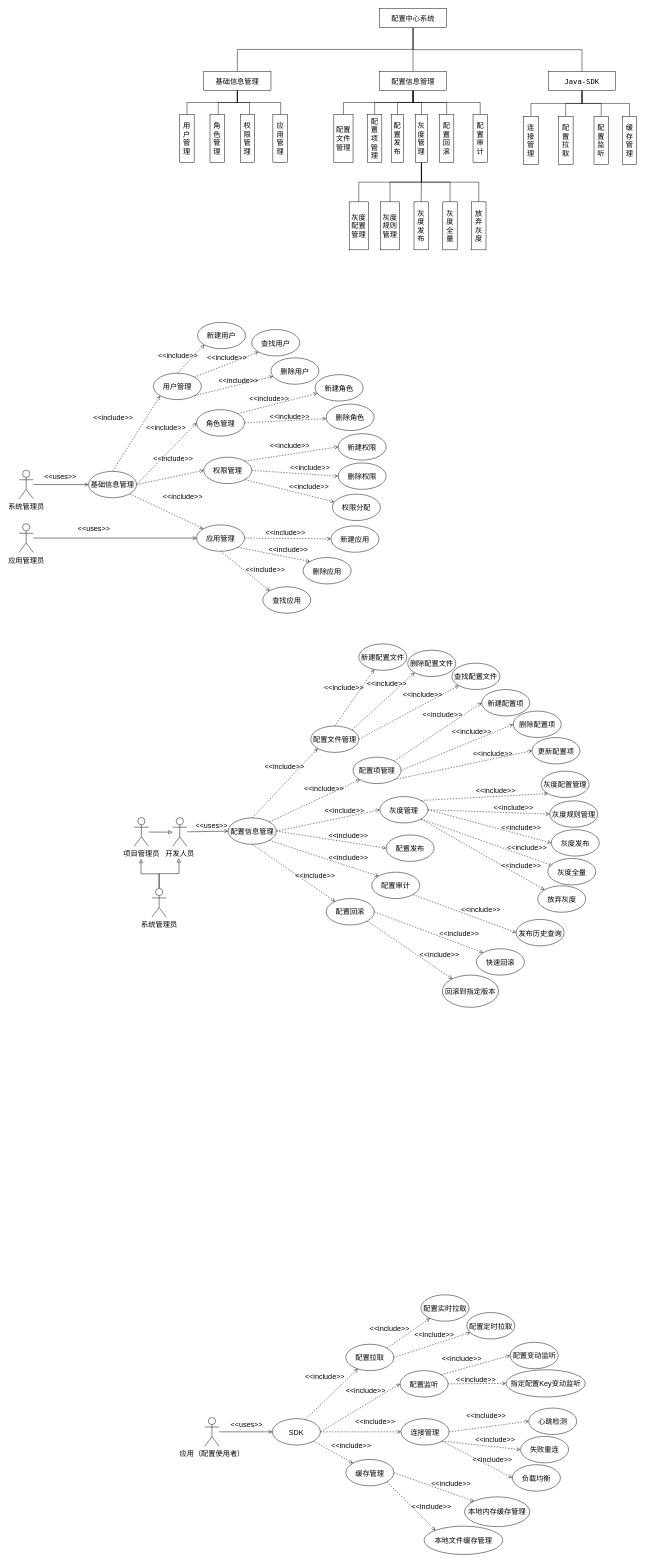
WWj5921/ConfigCenter keeps this draw.io diagram as page "用例图" (10 of 12) of Untitled Diagram.drawio. Above is the earlier version. Source tidied: cells renumbered, new cells numbered last; positions are measured from the earlier drawing's top-left corner, leaving out a move shared by most shapes. Both pictures are drawn from the tidied source at 48%, with x=0, y=0 at pixel (19, 8).
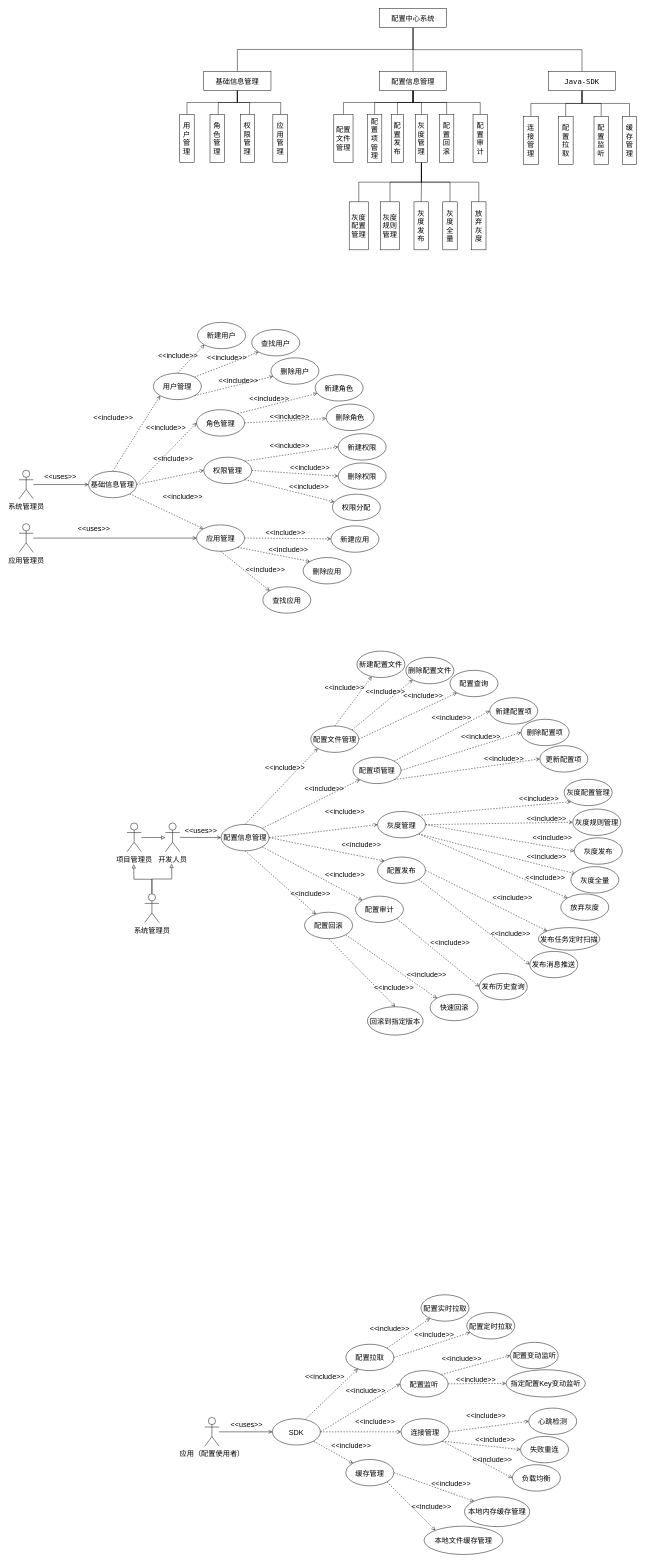
The same page after the edit.

The edit, as a diff of the source:
```diff
@@
     <mxCell id="34" value="开发人员" style="shape=umlActor;verticalLabelPosition=bottom;verticalAlign=top;html=1;fontSize=15;fontColor=#000000;" parent="1" vertex="1">
-      <mxGeometry x="320" y="1685.8" width="30" height="60" as="geometry" />
+      <mxGeometry x="305" y="1697" width="30" height="60" as="geometry" />
     </mxCell>
     <mxCell id="35" style="edgeStyle=none;rounded=0;jettySize=auto;html=1;endArrow=block;endFill=0;fontSize=15;" parent="1" edge="1" source="36">
       <mxGeometry relative="1" as="geometry">
-        <mxPoint x="320" y="1716.2" as="targetPoint" />
+        <mxPoint x="305" y="1727.5" as="targetPoint" />
       </mxGeometry>
     </mxCell>
     <mxCell id="36" value="项目管理员" style="shape=umlActor;verticalLabelPosition=bottom;verticalAlign=top;html=1;fontSize=15;fontColor=#000000;" parent="1" vertex="1">
-      <mxGeometry x="240" y="1685.8" width="30" height="60" as="geometry" />
+      <mxGeometry x="225" y="1697" width="30" height="60" as="geometry" />
     </mxCell>
     <mxCell id="37" style="edgeStyle=orthogonalEdgeStyle;rounded=0;jettySize=auto;html=1;endArrow=block;endFill=0;strokeWidth=1;exitX=0.5;exitY=0;exitDx=0;exitDy=0;exitPerimeter=0;fontSize=15;" parent="1" edge="1" source="39">
       <mxGeometry relative="1" as="geometry">
-        <mxPoint x="333" y="1770.8" as="targetPoint" />
+        <mxPoint x="318" y="1782" as="targetPoint" />
       </mxGeometry>
     </mxCell>
     <mxCell id="38" style="edgeStyle=orthogonalEdgeStyle;rounded=0;jettySize=auto;html=1;exitX=0.5;exitY=0;exitDx=0;exitDy=0;exitPerimeter=0;endArrow=block;endFill=0;strokeWidth=1;fontSize=15;" parent="1" edge="1" source="39">
       <mxGeometry relative="1" as="geometry">
-        <mxPoint x="254" y="1771.8" as="targetPoint" />
+        <mxPoint x="239" y="1783" as="targetPoint" />
       </mxGeometry>
     </mxCell>
     <mxCell id="39" value="系统管理员" style="shape=umlActor;verticalLabelPosition=bottom;verticalAlign=top;html=1;fontSize=15;fontColor=#000000;" parent="1" vertex="1">
-      <mxGeometry x="277" y="1833.2" width="30" height="60" as="geometry" />
+      <mxGeometry x="262" y="1844.5" width="30" height="60" as="geometry" />
     </mxCell>
@@
-    <mxCell id="44" style="edgeStyle=none;rounded=0;jettySize=auto;html=1;exitX=1;exitY=0.5;exitDx=0;exitDy=0;entryX=0;entryY=0.5;entryDx=0;entryDy=0;dashed=1;endArrow=open;endFill=0;fontSize=15;" parent="1" edge="1" source="49" target="58">
-      <mxGeometry relative="1" as="geometry" />
-    </mxCell>
@@
+    <mxCell id="44" style="edgeStyle=none;rounded=0;jettySize=auto;html=1;exitX=1;exitY=0.5;exitDx=0;exitDy=0;entryX=0;entryY=0;entryDx=0;entryDy=0;dashed=1;fontSize=15;startArrow=none;startFill=0;endArrow=open;endFill=0;endSize=6;strokeWidth=1;" parent="1" edge="1" source="49" target="58">
+      <mxGeometry relative="1" as="geometry" />
+    </mxCell>
     <mxCell id="49" value="配置信息管理" style="ellipse;whiteSpace=wrap;html=1;fontSize=15;" parent="1" vertex="1">
-      <mxGeometry x="436" y="1686.5" width="100" height="55" as="geometry" />
+      <mxGeometry x="421" y="1700" width="100" height="55" as="geometry" />
     </mxCell>
@@
     <mxCell id="51" value="配置审计" style="ellipse;whiteSpace=wrap;html=1;fontSize=15;" parent="1" vertex="1">
-      <mxGeometry x="735" y="1799.5" width="100" height="55" as="geometry" />
+      <mxGeometry x="701" y="1849.5" width="100" height="55" as="geometry" />
     </mxCell>
@@
     <mxCell id="57" value="灰度管理" style="ellipse;whiteSpace=wrap;html=1;fontSize=15;" parent="1" vertex="1">
-      <mxGeometry x="752" y="1642" width="100" height="55" as="geometry" />
+      <mxGeometry x="747" y="1673" width="100" height="55" as="geometry" />
     </mxCell>
+    <mxCell id="211" style="edgeStyle=none;rounded=0;jettySize=auto;html=1;exitX=1;exitY=0.5;exitDx=0;exitDy=0;entryX=0;entryY=0;entryDx=0;entryDy=0;dashed=1;fontSize=15;startArrow=none;startFill=0;endArrow=open;endFill=0;endSize=6;strokeWidth=1;" parent="1" edge="1" source="58" target="214">
+      <mxGeometry relative="1" as="geometry" />
+    </mxCell>
+    <mxCell id="212" style="edgeStyle=none;rounded=0;jettySize=auto;html=1;exitX=1;exitY=1;exitDx=0;exitDy=0;entryX=0;entryY=0.5;entryDx=0;entryDy=0;dashed=1;fontSize=15;startArrow=none;startFill=0;endArrow=open;endFill=0;endSize=6;strokeWidth=1;" parent="1" edge="1" source="58" target="213">
+      <mxGeometry relative="1" as="geometry" />
+    </mxCell>
     <mxCell id="58" value="配置发布" style="ellipse;whiteSpace=wrap;html=1;fontSize=15;" parent="1" vertex="1">
-      <mxGeometry x="765" y="1722" width="100" height="55" as="geometry" />
+      <mxGeometry x="747" y="1768" width="100" height="55" as="geometry" />
     </mxCell>
@@
     <mxCell id="67" value="&amp;lt;&amp;lt;include&amp;gt;&amp;gt;" style="text;html=1;align=center;verticalAlign=middle;strokeColor=none;fillColor=none;fontSize=15;" parent="1" vertex="1">
-      <mxGeometry x="506" y="1569" width="93" height="22" as="geometry" />
+      <mxGeometry x="507" y="1570" width="93" height="22" as="geometry" />
     </mxCell>
     <mxCell id="68" value="&amp;lt;&amp;lt;include&amp;gt;&amp;gt;" style="text;html=1;align=center;verticalAlign=middle;strokeColor=none;fillColor=none;fontSize=15;" parent="1" vertex="1">
-      <mxGeometry x="630" y="1403" width="93" height="22" as="geometry" />
+      <mxGeometry x="631" y="1404" width="93" height="22" as="geometry" />
     </mxCell>
     <mxCell id="69" value="&amp;lt;&amp;lt;include&amp;gt;&amp;gt;" style="text;html=1;align=center;verticalAlign=middle;strokeColor=none;fillColor=none;fontSize=15;" parent="1" vertex="1">
-      <mxGeometry x="588" y="1613" width="93" height="22" as="geometry" />
+      <mxGeometry x="589" y="1614" width="93" height="22" as="geometry" />
     </mxCell>
     <mxCell id="70" value="&amp;lt;&amp;lt;include&amp;gt;&amp;gt;" style="text;html=1;align=center;verticalAlign=middle;strokeColor=none;fillColor=none;fontSize=15;" parent="1" vertex="1">
-      <mxGeometry x="631" y="1659.5" width="93" height="22" as="geometry" />
+      <mxGeometry x="632" y="1660.5" width="93" height="22" as="geometry" />
     </mxCell>
     <mxCell id="71" value="&amp;lt;&amp;lt;include&amp;gt;&amp;gt;" style="text;html=1;align=center;verticalAlign=middle;strokeColor=none;fillColor=none;fontSize=15;" parent="1" vertex="1">
-      <mxGeometry x="639" y="1711" width="93" height="22" as="geometry" />
+      <mxGeometry x="666" y="1730" width="93" height="22" as="geometry" />
     </mxCell>
     <mxCell id="72" value="&amp;lt;&amp;lt;include&amp;gt;&amp;gt;" style="text;html=1;align=center;verticalAlign=middle;strokeColor=none;fillColor=none;fontSize=15;" parent="1" vertex="1">
-      <mxGeometry x="570" y="1795" width="93" height="22" as="geometry" />
+      <mxGeometry x="560" y="1832" width="93" height="22" as="geometry" />
     </mxCell>
     <mxCell id="73" value="&amp;lt;&amp;lt;uses&amp;gt;&amp;gt;" style="text;html=1;align=center;verticalAlign=middle;strokeColor=none;fillColor=none;fontSize=15;" parent="1" vertex="1">
-      <mxGeometry x="362" y="1691" width="77" height="22" as="geometry" />
+      <mxGeometry x="340" y="1701" width="77" height="22" as="geometry" />
     </mxCell>
-    <mxCell id="74" style="edgeStyle=none;rounded=0;jettySize=auto;html=1;exitX=1;exitY=0.5;exitDx=0;exitDy=0;entryX=0;entryY=0;entryDx=0;entryDy=0;dashed=1;fontSize=15;startArrow=none;startFill=0;endArrow=open;endFill=0;endSize=6;strokeWidth=1;" parent="1" edge="1" source="76" target="199">
+    <mxCell id="74" style="edgeStyle=none;rounded=0;jettySize=auto;html=1;exitX=1;exitY=1;exitDx=0;exitDy=0;entryX=0;entryY=0;entryDx=0;entryDy=0;dashed=1;fontSize=15;startArrow=none;startFill=0;endArrow=open;endFill=0;endSize=6;strokeWidth=1;" parent="1" edge="1" source="76" target="199">
       <mxGeometry relative="1" as="geometry" />
     </mxCell>
-    <mxCell id="75" style="edgeStyle=none;rounded=0;jettySize=auto;html=1;exitX=1;exitY=1;exitDx=0;exitDy=0;dashed=1;fontSize=15;startArrow=none;startFill=0;endArrow=open;endFill=0;endSize=6;strokeWidth=1;" parent="1" edge="1" source="76" target="198">
+    <mxCell id="75" style="edgeStyle=none;rounded=0;jettySize=auto;html=1;exitX=0.5;exitY=1;exitDx=0;exitDy=0;entryX=0.5;entryY=0;entryDx=0;entryDy=0;dashed=1;fontSize=15;startArrow=none;startFill=0;endArrow=open;endFill=0;endSize=6;strokeWidth=1;" parent="1" edge="1" source="76" target="198">
       <mxGeometry relative="1" as="geometry" />
     </mxCell>
     <mxCell id="76" value="配置回滚" style="ellipse;whiteSpace=wrap;html=1;fontSize=15;" parent="1" vertex="1">
-      <mxGeometry x="640" y="1854.5" width="100" height="55" as="geometry" />
+      <mxGeometry x="595" y="1883" width="100" height="55" as="geometry" />
     </mxCell>
     <mxCell id="77" value="灰度发布" style="ellipse;whiteSpace=wrap;html=1;fontSize=15;" parent="1" vertex="1">
-      <mxGeometry x="1109" y="1711" width="100" height="55" as="geometry" />
+      <mxGeometry x="1157" y="1728" width="100" height="55" as="geometry" />
     </mxCell>
     <mxCell id="78" value="放弃灰度" style="ellipse;whiteSpace=wrap;html=1;fontSize=15;" parent="1" vertex="1">
-      <mxGeometry x="1080.8" y="1828" width="100" height="55" as="geometry" />
+      <mxGeometry x="1128.8" y="1845" width="100" height="55" as="geometry" />
     </mxCell>
     <mxCell id="79" value="灰度配置管理" style="ellipse;whiteSpace=wrap;html=1;fontSize=15;" parent="1" vertex="1">
-      <mxGeometry x="1087.8" y="1589" width="100" height="55" as="geometry" />
+      <mxGeometry x="1135.8" y="1606" width="100" height="55" as="geometry" />
     </mxCell>
     <mxCell id="80" value="灰度全量" style="ellipse;whiteSpace=wrap;html=1;fontSize=15;" parent="1" vertex="1">
-      <mxGeometry x="1101.8" y="1771" width="100" height="55" as="geometry" />
+      <mxGeometry x="1149.8" y="1788" width="100" height="55" as="geometry" />
     </mxCell>
@@
     <mxCell id="106" value="&amp;lt;&amp;lt;include&amp;gt;&amp;gt;" style="text;html=1;align=center;verticalAlign=middle;strokeColor=none;fillColor=none;fontSize=15;" parent="1" vertex="1">
-      <mxGeometry x="940" y="1540" width="93" height="22" as="geometry" />
+      <mxGeometry x="963.5" y="1551" width="93" height="22" as="geometry" />
     </mxCell>
     <mxCell id="107" value="&amp;lt;&amp;lt;include&amp;gt;&amp;gt;" style="text;html=1;align=center;verticalAlign=middle;strokeColor=none;fillColor=none;fontSize=15;" parent="1" vertex="1">
-      <mxGeometry x="999" y="1695" width="93" height="22" as="geometry" />
+      <mxGeometry x="1052" y="1676" width="93" height="22" as="geometry" />
     </mxCell>
     <mxCell id="108" value="灰度规则管理" style="ellipse;whiteSpace=wrap;html=1;fontSize=15;" parent="1" vertex="1">
-      <mxGeometry x="1105.8" y="1651" width="100" height="55" as="geometry" />
+      <mxGeometry x="1153.8" y="1668" width="100" height="55" as="geometry" />
     </mxCell>
     <mxCell id="109" value="&amp;lt;&amp;lt;include&amp;gt;&amp;gt;" style="text;html=1;align=center;verticalAlign=middle;strokeColor=none;fillColor=none;fontSize=15;" parent="1" vertex="1">
-      <mxGeometry x="946" y="1618" width="93" height="22" as="geometry" />
+      <mxGeometry x="1049.5" y="1799" width="93" height="22" as="geometry" />
     </mxCell>
@@
     <mxCell id="191" value="新建配置文件" style="ellipse;whiteSpace=wrap;html=1;fontSize=15;" parent="1" vertex="1">
-      <mxGeometry x="708" y="1324" width="100" height="55" as="geometry" />
+      <mxGeometry x="704" y="1339" width="100" height="55" as="geometry" />
     </mxCell>
     <mxCell id="192" value="删除配置文件" style="ellipse;whiteSpace=wrap;html=1;fontSize=15;" parent="1" vertex="1">
-      <mxGeometry x="810" y="1337" width="100" height="55" as="geometry" />
+      <mxGeometry x="806" y="1352" width="100" height="55" as="geometry" />
     </mxCell>
-    <mxCell id="193" value="查找配置文件" style="ellipse;whiteSpace=wrap;html=1;fontSize=15;" parent="1" vertex="1">
-      <mxGeometry x="902" y="1364" width="100" height="55" as="geometry" />
+    <mxCell id="193" value="配置查询" style="ellipse;whiteSpace=wrap;html=1;fontSize=15;" parent="1" vertex="1">
+      <mxGeometry x="898" y="1379" width="100" height="55" as="geometry" />
     </mxCell>
     <mxCell id="194" value="新建配置项" style="ellipse;whiteSpace=wrap;html=1;fontSize=15;" parent="1" vertex="1">
-      <mxGeometry x="964.2" y="1419" width="100" height="55" as="geometry" />
+      <mxGeometry x="980.8" y="1436" width="100" height="55" as="geometry" />
     </mxCell>
     <mxCell id="195" value="删除配置项" style="ellipse;whiteSpace=wrap;html=1;fontSize=15;" parent="1" vertex="1">
-      <mxGeometry x="1029.8" y="1464" width="100" height="55" as="geometry" />
+      <mxGeometry x="1046.2" y="1481" width="100" height="55" as="geometry" />
     </mxCell>
     <mxCell id="196" value="更新配置项" style="ellipse;whiteSpace=wrap;html=1;fontSize=15;" parent="1" vertex="1">
-      <mxGeometry x="1068.8" y="1519" width="100" height="55" as="geometry" />
+      <mxGeometry x="1085.2" y="1536" width="100" height="55" as="geometry" />
     </mxCell>
     <mxCell id="197" value="发布历史查询" style="ellipse;whiteSpace=wrap;html=1;fontSize=15;" parent="1" vertex="1">
-      <mxGeometry x="1035.8" y="1898" width="100" height="55" as="geometry" />
+      <mxGeometry x="959" y="2010.5" width="100" height="55" as="geometry" />
     </mxCell>
     <mxCell id="198" value="回滚到指定版本" style="ellipse;whiteSpace=wrap;html=1;fontSize=15;" parent="1" vertex="1">
-      <mxGeometry x="882" y="2014" width="117" height="67" as="geometry" />
+      <mxGeometry x="726" y="2080" width="116" height="59" as="geometry" />
     </mxCell>
     <mxCell id="199" value="快速回滚" style="ellipse;whiteSpace=wrap;html=1;fontSize=15;" parent="1" vertex="1">
-      <mxGeometry x="953" y="1959" width="100" height="55" as="geometry" />
+      <mxGeometry x="856.5" y="2054" width="100" height="55" as="geometry" />
     </mxCell>
     <mxCell id="200" value="&amp;lt;&amp;lt;include&amp;gt;&amp;gt;" style="text;html=1;align=center;verticalAlign=middle;strokeColor=none;fillColor=none;fontSize=15;" parent="1" vertex="1">
-      <mxGeometry x="639" y="1757" width="93" height="22" as="geometry" />
+      <mxGeometry x="632" y="1794" width="93" height="22" as="geometry" />
     </mxCell>
     <mxCell id="201" value="&amp;lt;&amp;lt;include&amp;gt;&amp;gt;" style="text;html=1;align=center;verticalAlign=middle;strokeColor=none;fillColor=none;fontSize=15;" parent="1" vertex="1">
-      <mxGeometry x="719" y="1396" width="93" height="22" as="geometry" />
+      <mxGeometry x="716" y="1412" width="93" height="22" as="geometry" />
     </mxCell>
     <mxCell id="202" value="&amp;lt;&amp;lt;include&amp;gt;&amp;gt;" style="text;html=1;align=center;verticalAlign=middle;strokeColor=none;fillColor=none;fontSize=15;" parent="1" vertex="1">
-      <mxGeometry x="794" y="1419" width="93" height="22" as="geometry" />
+      <mxGeometry x="795" y="1420" width="93" height="22" as="geometry" />
     </mxCell>
     <mxCell id="203" value="&amp;lt;&amp;lt;include&amp;gt;&amp;gt;" style="text;html=1;align=center;verticalAlign=middle;strokeColor=none;fillColor=none;fontSize=15;" parent="1" vertex="1">
-      <mxGeometry x="835" y="1460" width="93" height="22" as="geometry" />
+      <mxGeometry x="854" y="1466" width="93" height="22" as="geometry" />
     </mxCell>
     <mxCell id="204" value="&amp;lt;&amp;lt;include&amp;gt;&amp;gt;" style="text;html=1;align=center;verticalAlign=middle;strokeColor=none;fillColor=none;fontSize=15;" parent="1" vertex="1">
-      <mxGeometry x="896" y="1495" width="93" height="22" as="geometry" />
+      <mxGeometry x="915.5" y="1506" width="93" height="22" as="geometry" />
     </mxCell>
     <mxCell id="205" value="&amp;lt;&amp;lt;include&amp;gt;&amp;gt;" style="text;html=1;align=center;verticalAlign=middle;strokeColor=none;fillColor=none;fontSize=15;" parent="1" vertex="1">
-      <mxGeometry x="983" y="1653" width="93" height="22" as="geometry" />
+      <mxGeometry x="1036" y="1634" width="93" height="22" as="geometry" />
     </mxCell>
     <mxCell id="206" value="&amp;lt;&amp;lt;include&amp;gt;&amp;gt;" style="text;html=1;align=center;verticalAlign=middle;strokeColor=none;fillColor=none;fontSize=15;" parent="1" vertex="1">
-      <mxGeometry x="1011" y="1736" width="93" height="22" as="geometry" />
+      <mxGeometry x="1064" y="1717" width="93" height="22" as="geometry" />
     </mxCell>
     <mxCell id="207" value="&amp;lt;&amp;lt;include&amp;gt;&amp;gt;" style="text;html=1;align=center;verticalAlign=middle;strokeColor=none;fillColor=none;fontSize=15;" parent="1" vertex="1">
-      <mxGeometry x="999" y="1775" width="93" height="22" as="geometry" />
+      <mxGeometry x="1052" y="1756" width="93" height="22" as="geometry" />
     </mxCell>
     <mxCell id="208" value="&amp;lt;&amp;lt;include&amp;gt;&amp;gt;" style="text;html=1;align=center;verticalAlign=middle;strokeColor=none;fillColor=none;fontSize=15;" parent="1" vertex="1">
-      <mxGeometry x="915" y="1866" width="93" height="22" as="geometry" />
+      <mxGeometry x="851" y="1934" width="93" height="22" as="geometry" />
     </mxCell>
-    <mxCell id="209" value="&amp;lt;&amp;lt;include&amp;gt;&amp;gt;" style="text;html=1;align=center;verticalAlign=middle;strokeColor=none;fillColor=none;fontSize=15;" parent="1" vertex="1">
-      <mxGeometry x="870" y="1915.5" width="93" height="22" as="geometry" />
-    </mxCell>
     <mxCell id="210" value="&amp;lt;&amp;lt;include&amp;gt;&amp;gt;" style="text;html=1;align=center;verticalAlign=middle;strokeColor=none;fillColor=none;fontSize=15;" parent="1" vertex="1">
-      <mxGeometry x="829" y="1959" width="93" height="22" as="geometry" />
+      <mxGeometry x="802" y="2001" width="93" height="22" as="geometry" />
     </mxCell>
+    <mxCell id="213" value="发布消息推送" style="ellipse;whiteSpace=wrap;html=1;fontSize=15;" parent="1" vertex="1">
+      <mxGeometry x="1064.2" y="1964.5" width="100" height="55" as="geometry" />
+    </mxCell>
+    <mxCell id="214" value="发布任务定时扫描" style="ellipse;whiteSpace=wrap;html=1;fontSize=15;" parent="1" vertex="1">
+      <mxGeometry x="1082.2" y="1915" width="128" height="47" as="geometry" />
+    </mxCell>
+    <mxCell id="215" value="&amp;lt;&amp;lt;include&amp;gt;&amp;gt;" style="text;html=1;align=center;verticalAlign=middle;strokeColor=none;fillColor=none;fontSize=15;" parent="1" vertex="1">
+      <mxGeometry x="981" y="1842" width="93" height="22" as="geometry" />
+    </mxCell>
+    <mxCell id="216" value="&amp;lt;&amp;lt;include&amp;gt;&amp;gt;" style="text;html=1;align=center;verticalAlign=middle;strokeColor=none;fillColor=none;fontSize=15;" parent="1" vertex="1">
+      <mxGeometry x="977" y="1917" width="93" height="22" as="geometry" />
+    </mxCell>
+    <mxCell id="217" value="&amp;lt;&amp;lt;include&amp;gt;&amp;gt;" style="text;html=1;align=center;verticalAlign=middle;strokeColor=none;fillColor=none;fontSize=15;" parent="1" vertex="1">
+      <mxGeometry x="734" y="2028" width="93" height="22" as="geometry" />
+    </mxCell>
```
